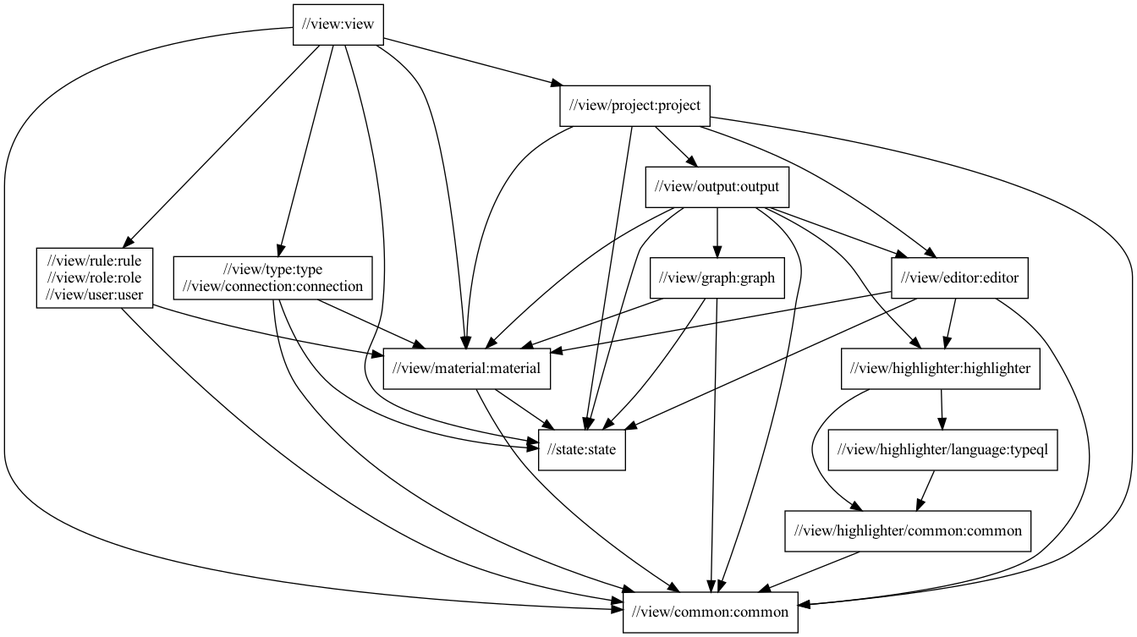
This is docs/view-package-structure.png from typedb/typedb-studio, a Graphviz export, as it was before one commit. Its source is kept beside it as docs/view-package-structure.dot.
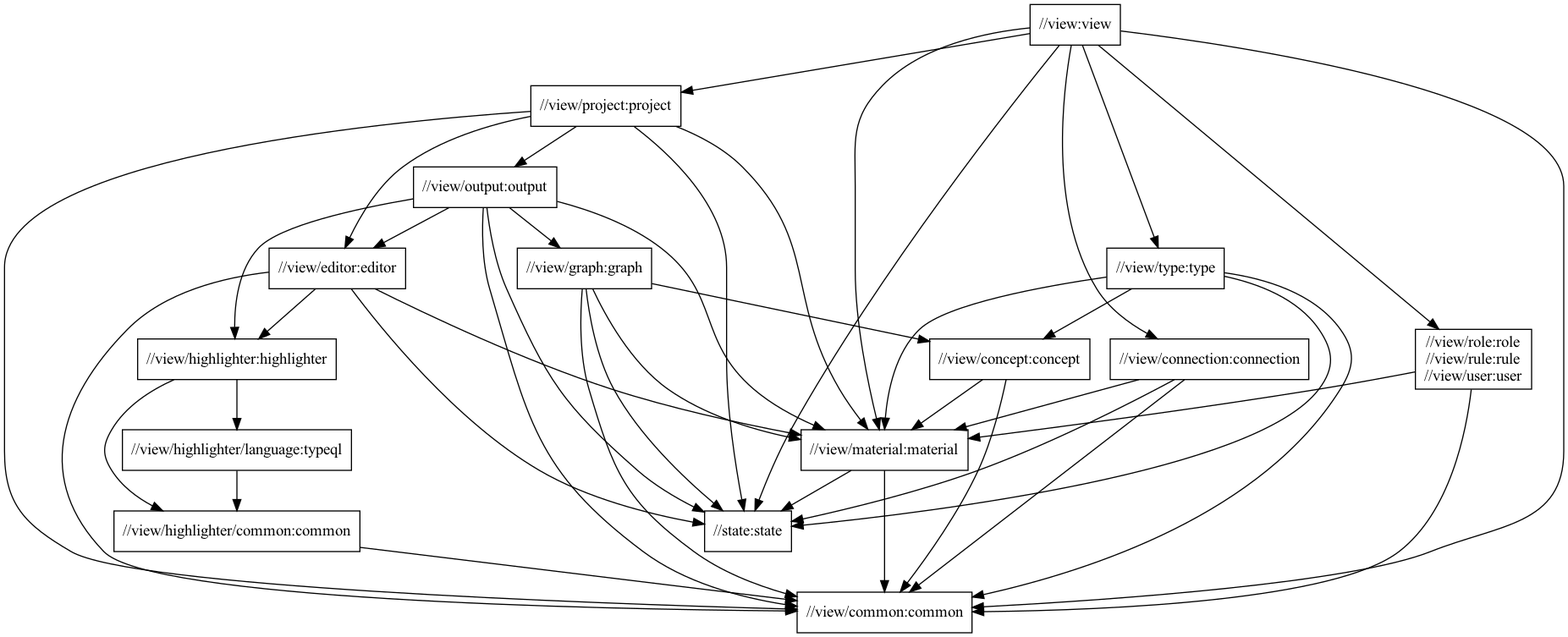
After the change.

Commit message:
Update package structure documentation

The edit, as a diff of the source:
```diff
@@ -2,14 +2,15 @@
   node [shape=box];
   "//view:view"
   "//view:view" -> "//view/common:common"
-  "//view:view" -> "//view/type:type\n//view/connection:connection"
+  "//view:view" -> "//view/connection:connection"
   "//view:view" -> "//view/material:material"
   "//view:view" -> "//view/project:project"
-  "//view:view" -> "//view/rule:rule\n//view/role:role\n//view/user:user"
+  "//view:view" -> "//view/role:role\n//view/rule:rule\n//view/user:user"
+  "//view:view" -> "//view/type:type"
   "//view:view" -> "//state:state"
-  "//view/rule:rule\n//view/role:role\n//view/user:user"
-  "//view/rule:rule\n//view/role:role\n//view/user:user" -> "//view/common:common"
-  "//view/rule:rule\n//view/role:role\n//view/user:user" -> "//view/material:material"
+  "//view/role:role\n//view/rule:rule\n//view/user:user"
+  "//view/role:role\n//view/rule:rule\n//view/user:user" -> "//view/common:common"
+  "//view/role:role\n//view/rule:rule\n//view/user:user" -> "//view/material:material"
   "//view/project:project"
   "//view/project:project" -> "//view/common:common"
   "//view/project:project" -> "//view/editor:editor"
@@ -25,6 +26,7 @@
   "//view/output:output" -> "//state:state"
   "//view/graph:graph"
   "//view/graph:graph" -> "//view/common:common"
+  "//view/graph:graph" -> "//view/concept:concept"
   "//view/graph:graph" -> "//view/material:material"
   "//view/graph:graph" -> "//state:state"
   "//view/editor:editor"
@@ -32,20 +34,28 @@
   "//view/editor:editor" -> "//view/highlighter:highlighter"
   "//view/editor:editor" -> "//view/material:material"
   "//view/editor:editor" -> "//state:state"
+  "//view/connection:connection"
+  "//view/connection:connection" -> "//view/common:common"
+  "//view/connection:connection" -> "//view/material:material"
+  "//view/connection:connection" -> "//state:state"
   "//view/highlighter:highlighter"
   "//view/highlighter:highlighter" -> "//view/highlighter/common:common"
   "//view/highlighter:highlighter" -> "//view/highlighter/language:typeql"
   "//view/highlighter/language:typeql"
   "//view/highlighter/language:typeql" -> "//view/highlighter/common:common"
-  "//view/highlighter/common:common"
-  "//view/highlighter/common:common" -> "//view/common:common"
-  "//view/type:type\n//view/connection:connection"
-  "//view/type:type\n//view/connection:connection" -> "//view/common:common"
-  "//view/type:type\n//view/connection:connection" -> "//view/material:material"
-  "//view/type:type\n//view/connection:connection" -> "//state:state"
+  "//view/type:type"
+  "//view/type:type" -> "//view/common:common"
+  "//view/type:type" -> "//view/concept:concept"
+  "//view/type:type" -> "//view/material:material"
+  "//view/type:type" -> "//state:state"
+  "//view/concept:concept"
+  "//view/concept:concept" -> "//view/common:common"
+  "//view/concept:concept" -> "//view/material:material"
   "//view/material:material"
   "//view/material:material" -> "//view/common:common"
   "//view/material:material" -> "//state:state"
+  "//view/highlighter/common:common"
+  "//view/highlighter/common:common" -> "//view/common:common"
+  "//view/common:common"
   "//state:state"
-  "//view/common:common"
 }
```
